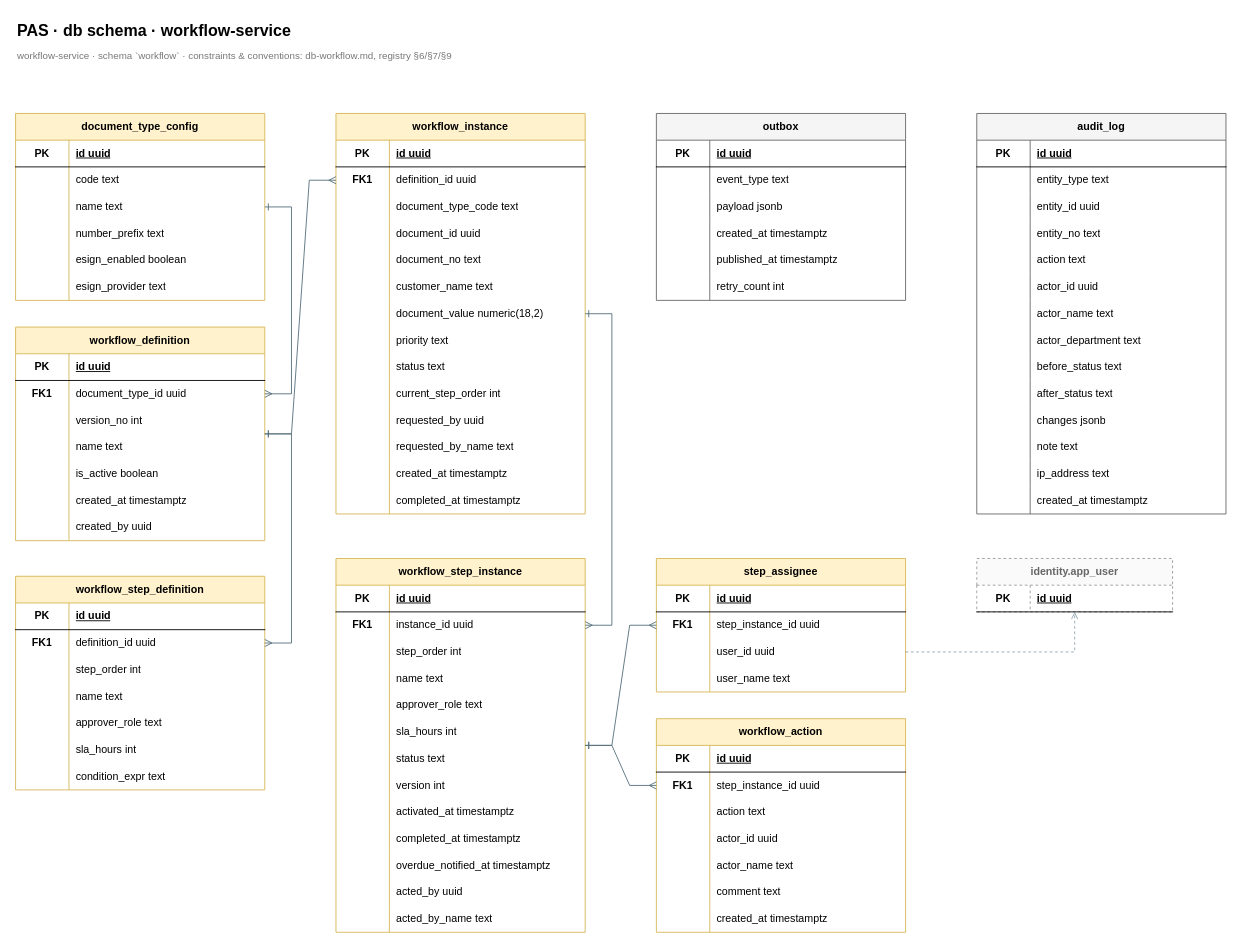
The draw.io diagram docs/design/db/db-workflow.drawio in luinor223/pas, before the edit. Source tidied: cells renumbered, new cells numbered last; positions are measured from the earlier drawing's top-left corner, leaving out a move shared by most shapes. Both pictures are drawn from the tidied source at 89%, with x=0, y=0 at pixel (15, 15).
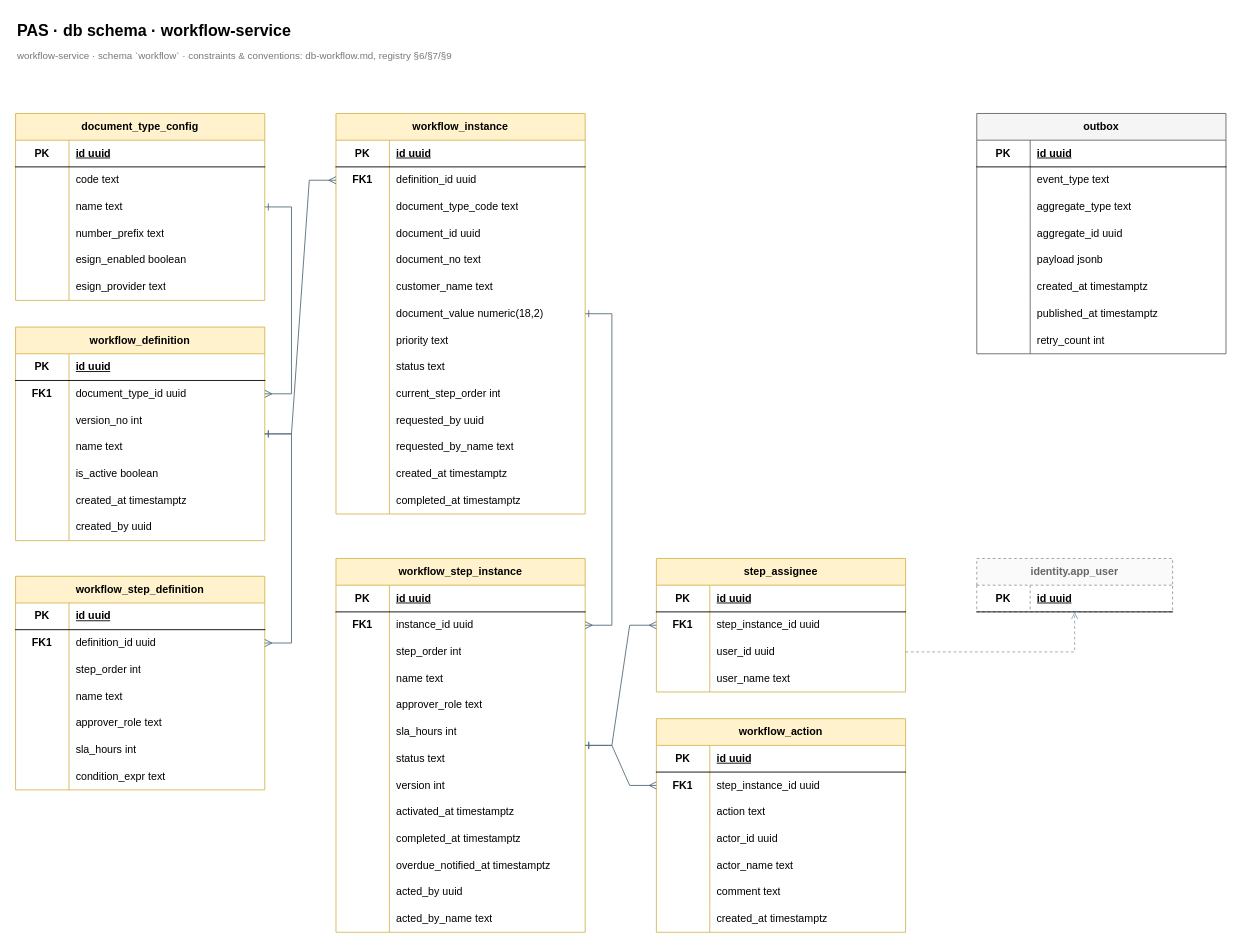
The same diagram, later.

The change refers to these unchanged cells:
```xml
<mxCell id="192" style="shape=tableRow;horizontal=0;startSize=0;swimlaneHead=0;swimlaneBody=0;fillColor=none;top=0;left=0;right=0;bottom=0;html=1;" parent="185" vertex="1">
  <mxGeometry y="90" width="280" height="30" as="geometry" />
</mxCell>
<mxCell id="195" style="shape=tableRow;horizontal=0;startSize=0;swimlaneHead=0;swimlaneBody=0;fillColor=none;top=0;left=0;right=0;bottom=0;html=1;" parent="185" vertex="1">
  <mxGeometry y="120" width="280" height="30" as="geometry" />
</mxCell>
<mxCell id="198" style="shape=tableRow;horizontal=0;startSize=0;swimlaneHead=0;swimlaneBody=0;fillColor=none;top=0;left=0;right=0;bottom=0;html=1;" parent="185" vertex="1">
  <mxGeometry y="150" width="280" height="30" as="geometry" />
</mxCell>
<mxCell id="201" style="shape=tableRow;horizontal=0;startSize=0;swimlaneHead=0;swimlaneBody=0;fillColor=none;top=0;left=0;right=0;bottom=0;html=1;" parent="185" vertex="1">
  <mxGeometry y="180" width="280" height="30" as="geometry" />
</mxCell>
```

The edit, as a diff of the source:
```diff
@@
     <mxCell id="185" value="outbox" style="shape=table;startSize=30;childLayout=tableLayout;rowLines=0;fontStyle=1;align=center;html=1;whiteSpace=wrap;fillColor=#f5f5f5;strokeColor=#666666;" parent="1" vertex="1">
-      <mxGeometry x="720" y="110" width="280" height="210" as="geometry" />
+      <mxGeometry x="1080" y="110" width="280" height="270" as="geometry" />
     </mxCell>
@@
-    <mxCell id="194" value="payload jsonb" style="shape=partialRectangle;fillColor=none;top=0;left=0;bottom=0;right=0;align=left;spacingLeft=6;overflow=hidden;whiteSpace=wrap;html=1;" parent="192" vertex="1">
+    <mxCell id="194" value="aggregate_type text" style="shape=partialRectangle;fillColor=none;top=0;left=0;bottom=0;right=0;align=left;spacingLeft=6;overflow=hidden;whiteSpace=wrap;html=1;" parent="192" vertex="1">
       <mxGeometry x="60" width="220" height="30" as="geometry" />
     </mxCell>
@@
-    <mxCell id="197" value="created_at timestamptz" style="shape=partialRectangle;fillColor=none;top=0;left=0;bottom=0;right=0;align=left;spacingLeft=6;overflow=hidden;whiteSpace=wrap;html=1;" parent="195" vertex="1">
+    <mxCell id="197" value="aggregate_id uuid" style="shape=partialRectangle;fillColor=none;top=0;left=0;bottom=0;right=0;align=left;spacingLeft=6;overflow=hidden;whiteSpace=wrap;html=1;" parent="195" vertex="1">
       <mxGeometry x="60" width="220" height="30" as="geometry" />
     </mxCell>
@@
-    <mxCell id="200" value="published_at timestamptz" style="shape=partialRectangle;fillColor=none;top=0;left=0;bottom=0;right=0;align=left;spacingLeft=6;overflow=hidden;whiteSpace=wrap;html=1;" parent="198" vertex="1">
+    <mxCell id="200" value="payload jsonb" style="shape=partialRectangle;fillColor=none;top=0;left=0;bottom=0;right=0;align=left;spacingLeft=6;overflow=hidden;whiteSpace=wrap;html=1;" parent="198" vertex="1">
       <mxGeometry x="60" width="220" height="30" as="geometry" />
     </mxCell>
@@
-    <mxCell id="203" value="retry_count int" style="shape=partialRectangle;fillColor=none;top=0;left=0;bottom=0;right=0;align=left;spacingLeft=6;overflow=hidden;whiteSpace=wrap;html=1;" parent="201" vertex="1">
+    <mxCell id="203" value="created_at timestamptz" style="shape=partialRectangle;fillColor=none;top=0;left=0;bottom=0;right=0;align=left;spacingLeft=6;overflow=hidden;whiteSpace=wrap;html=1;" parent="201" vertex="1">
       <mxGeometry x="60" width="220" height="30" as="geometry" />
     </mxCell>
-    <mxCell id="204" value="audit_log" style="shape=table;startSize=30;childLayout=tableLayout;rowLines=0;fontStyle=1;align=center;html=1;whiteSpace=wrap;fillColor=#f5f5f5;strokeColor=#666666;" parent="1" vertex="1">
-      <mxGeometry x="1080" y="110" width="280" height="450" as="geometry" />
-    </mxCell>
-    <mxCell id="205" style="shape=tableRow;horizontal=0;startSize=0;swimlaneHead=0;swimlaneBody=0;fillColor=none;top=0;left=0;right=0;bottom=1;html=1;" parent="204" vertex="1">
-      <mxGeometry y="30" width="280" height="30" as="geometry" />
-    </mxCell>
-    <mxCell id="206" value="PK" style="shape=partialRectangle;fillColor=none;top=0;left=0;bottom=0;right=0;fontStyle=1;overflow=hidden;whiteSpace=wrap;html=1;" parent="205" vertex="1">
-      <mxGeometry width="60" height="30" as="geometry" />
-    </mxCell>
-    <mxCell id="207" value="id uuid" style="shape=partialRectangle;fillColor=none;top=0;left=0;bottom=0;right=0;align=left;spacingLeft=6;overflow=hidden;whiteSpace=wrap;html=1;fontStyle=5;" parent="205" vertex="1">
-      <mxGeometry x="60" width="220" height="30" as="geometry" />
-    </mxCell>
-    <mxCell id="208" style="shape=tableRow;horizontal=0;startSize=0;swimlaneHead=0;swimlaneBody=0;fillColor=none;top=0;left=0;right=0;bottom=0;html=1;" parent="204" vertex="1">
-      <mxGeometry y="60" width="280" height="30" as="geometry" />
-    </mxCell>
-    <mxCell id="209" style="shape=partialRectangle;fillColor=none;top=0;left=0;bottom=0;right=0;fontStyle=1;overflow=hidden;whiteSpace=wrap;html=1;" parent="208" vertex="1">
-      <mxGeometry width="60" height="30" as="geometry" />
-    </mxCell>
-    <mxCell id="210" value="entity_type text" style="shape=partialRectangle;fillColor=none;top=0;left=0;bottom=0;right=0;align=left;spacingLeft=6;overflow=hidden;whiteSpace=wrap;html=1;" parent="208" vertex="1">
-      <mxGeometry x="60" width="220" height="30" as="geometry" />
-    </mxCell>
-    <mxCell id="211" style="shape=tableRow;horizontal=0;startSize=0;swimlaneHead=0;swimlaneBody=0;fillColor=none;top=0;left=0;right=0;bottom=0;html=1;" parent="204" vertex="1">
-      <mxGeometry y="90" width="280" height="30" as="geometry" />
-    </mxCell>
-    <mxCell id="212" style="shape=partialRectangle;fillColor=none;top=0;left=0;bottom=0;right=0;fontStyle=1;overflow=hidden;whiteSpace=wrap;html=1;" parent="211" vertex="1">
-      <mxGeometry width="60" height="30" as="geometry" />
-    </mxCell>
-    <mxCell id="213" value="entity_id uuid" style="shape=partialRectangle;fillColor=none;top=0;left=0;bottom=0;right=0;align=left;spacingLeft=6;overflow=hidden;whiteSpace=wrap;html=1;" parent="211" vertex="1">
-      <mxGeometry x="60" width="220" height="30" as="geometry" />
-    </mxCell>
-    <mxCell id="214" style="shape=tableRow;horizontal=0;startSize=0;swimlaneHead=0;swimlaneBody=0;fillColor=none;top=0;left=0;right=0;bottom=0;html=1;" parent="204" vertex="1">
-      <mxGeometry y="120" width="280" height="30" as="geometry" />
-    </mxCell>
-    <mxCell id="215" style="shape=partialRectangle;fillColor=none;top=0;left=0;bottom=0;right=0;fontStyle=1;overflow=hidden;whiteSpace=wrap;html=1;" parent="214" vertex="1">
-      <mxGeometry width="60" height="30" as="geometry" />
-    </mxCell>
-    <mxCell id="216" value="entity_no text" style="shape=partialRectangle;fillColor=none;top=0;left=0;bottom=0;right=0;align=left;spacingLeft=6;overflow=hidden;whiteSpace=wrap;html=1;" parent="214" vertex="1">
-      <mxGeometry x="60" width="220" height="30" as="geometry" />
-    </mxCell>
-    <mxCell id="217" style="shape=tableRow;horizontal=0;startSize=0;swimlaneHead=0;swimlaneBody=0;fillColor=none;top=0;left=0;right=0;bottom=0;html=1;" parent="204" vertex="1">
-      <mxGeometry y="150" width="280" height="30" as="geometry" />
-    </mxCell>
-    <mxCell id="218" style="shape=partialRectangle;fillColor=none;top=0;left=0;bottom=0;right=0;fontStyle=1;overflow=hidden;whiteSpace=wrap;html=1;" parent="217" vertex="1">
-      <mxGeometry width="60" height="30" as="geometry" />
-    </mxCell>
-    <mxCell id="219" value="action text" style="shape=partialRectangle;fillColor=none;top=0;left=0;bottom=0;right=0;align=left;spacingLeft=6;overflow=hidden;whiteSpace=wrap;html=1;" parent="217" vertex="1">
-      <mxGeometry x="60" width="220" height="30" as="geometry" />
-    </mxCell>
-    <mxCell id="220" style="shape=tableRow;horizontal=0;startSize=0;swimlaneHead=0;swimlaneBody=0;fillColor=none;top=0;left=0;right=0;bottom=0;html=1;" parent="204" vertex="1">
-      <mxGeometry y="180" width="280" height="30" as="geometry" />
-    </mxCell>
-    <mxCell id="221" style="shape=partialRectangle;fillColor=none;top=0;left=0;bottom=0;right=0;fontStyle=1;overflow=hidden;whiteSpace=wrap;html=1;" parent="220" vertex="1">
-      <mxGeometry width="60" height="30" as="geometry" />
-    </mxCell>
-    <mxCell id="222" value="actor_id uuid" style="shape=partialRectangle;fillColor=none;top=0;left=0;bottom=0;right=0;align=left;spacingLeft=6;overflow=hidden;whiteSpace=wrap;html=1;" parent="220" vertex="1">
-      <mxGeometry x="60" width="220" height="30" as="geometry" />
-    </mxCell>
-    <mxCell id="223" style="shape=tableRow;horizontal=0;startSize=0;swimlaneHead=0;swimlaneBody=0;fillColor=none;top=0;left=0;right=0;bottom=0;html=1;" parent="204" vertex="1">
+    <mxCell id="223" style="shape=tableRow;horizontal=0;startSize=0;swimlaneHead=0;swimlaneBody=0;fillColor=none;top=0;left=0;right=0;bottom=0;html=1;" parent="185" vertex="1">
       <mxGeometry y="210" width="280" height="30" as="geometry" />
     </mxCell>
-    <mxCell id="224" style="shape=partialRectangle;fillColor=none;top=0;left=0;bottom=0;right=0;fontStyle=1;overflow=hidden;whiteSpace=wrap;html=1;" parent="223" vertex="1">
-      <mxGeometry width="60" height="30" as="geometry" />
-    </mxCell>
-    <mxCell id="225" value="actor_name text" style="shape=partialRectangle;fillColor=none;top=0;left=0;bottom=0;right=0;align=left;spacingLeft=6;overflow=hidden;whiteSpace=wrap;html=1;" parent="223" vertex="1">
-      <mxGeometry x="60" width="220" height="30" as="geometry" />
-    </mxCell>
+    <mxCell id="258" style="shape=partialRectangle;fillColor=none;top=0;left=0;bottom=0;right=0;fontStyle=1;overflow=hidden;whiteSpace=wrap;html=1;" parent="223" vertex="1">
+      <mxGeometry width="60" height="30" as="geometry" />
+    </mxCell>
+    <mxCell id="259" value="published_at timestamptz" style="shape=partialRectangle;fillColor=none;top=0;left=0;bottom=0;right=0;align=left;spacingLeft=6;overflow=hidden;whiteSpace=wrap;html=1;" parent="223" vertex="1">
+      <mxGeometry x="60" width="220" height="30" as="geometry" />
+    </mxCell>
-    <mxCell id="226" style="shape=tableRow;horizontal=0;startSize=0;swimlaneHead=0;swimlaneBody=0;fillColor=none;top=0;left=0;right=0;bottom=0;html=1;" parent="204" vertex="1">
+    <mxCell id="226" style="shape=tableRow;horizontal=0;startSize=0;swimlaneHead=0;swimlaneBody=0;fillColor=none;top=0;left=0;right=0;bottom=0;html=1;" parent="185" vertex="1">
       <mxGeometry y="240" width="280" height="30" as="geometry" />
     </mxCell>
-    <mxCell id="227" style="shape=partialRectangle;fillColor=none;top=0;left=0;bottom=0;right=0;fontStyle=1;overflow=hidden;whiteSpace=wrap;html=1;" parent="226" vertex="1">
-      <mxGeometry width="60" height="30" as="geometry" />
-    </mxCell>
-    <mxCell id="228" value="actor_department text" style="shape=partialRectangle;fillColor=none;top=0;left=0;bottom=0;right=0;align=left;spacingLeft=6;overflow=hidden;whiteSpace=wrap;html=1;" parent="226" vertex="1">
-      <mxGeometry x="60" width="220" height="30" as="geometry" />
-    </mxCell>
-    <mxCell id="229" style="shape=tableRow;horizontal=0;startSize=0;swimlaneHead=0;swimlaneBody=0;fillColor=none;top=0;left=0;right=0;bottom=0;html=1;" parent="204" vertex="1">
-      <mxGeometry y="270" width="280" height="30" as="geometry" />
-    </mxCell>
-    <mxCell id="230" style="shape=partialRectangle;fillColor=none;top=0;left=0;bottom=0;right=0;fontStyle=1;overflow=hidden;whiteSpace=wrap;html=1;" parent="229" vertex="1">
-      <mxGeometry width="60" height="30" as="geometry" />
-    </mxCell>
-    <mxCell id="231" value="before_status text" style="shape=partialRectangle;fillColor=none;top=0;left=0;bottom=0;right=0;align=left;spacingLeft=6;overflow=hidden;whiteSpace=wrap;html=1;" parent="229" vertex="1">
-      <mxGeometry x="60" width="220" height="30" as="geometry" />
-    </mxCell>
-    <mxCell id="232" style="shape=tableRow;horizontal=0;startSize=0;swimlaneHead=0;swimlaneBody=0;fillColor=none;top=0;left=0;right=0;bottom=0;html=1;" parent="204" vertex="1">
-      <mxGeometry y="300" width="280" height="30" as="geometry" />
-    </mxCell>
-    <mxCell id="233" style="shape=partialRectangle;fillColor=none;top=0;left=0;bottom=0;right=0;fontStyle=1;overflow=hidden;whiteSpace=wrap;html=1;" parent="232" vertex="1">
-      <mxGeometry width="60" height="30" as="geometry" />
-    </mxCell>
-    <mxCell id="234" value="after_status text" style="shape=partialRectangle;fillColor=none;top=0;left=0;bottom=0;right=0;align=left;spacingLeft=6;overflow=hidden;whiteSpace=wrap;html=1;" parent="232" vertex="1">
-      <mxGeometry x="60" width="220" height="30" as="geometry" />
-    </mxCell>
-    <mxCell id="235" style="shape=tableRow;horizontal=0;startSize=0;swimlaneHead=0;swimlaneBody=0;fillColor=none;top=0;left=0;right=0;bottom=0;html=1;" parent="204" vertex="1">
-      <mxGeometry y="330" width="280" height="30" as="geometry" />
-    </mxCell>
-    <mxCell id="236" style="shape=partialRectangle;fillColor=none;top=0;left=0;bottom=0;right=0;fontStyle=1;overflow=hidden;whiteSpace=wrap;html=1;" parent="235" vertex="1">
-      <mxGeometry width="60" height="30" as="geometry" />
-    </mxCell>
-    <mxCell id="237" value="changes jsonb" style="shape=partialRectangle;fillColor=none;top=0;left=0;bottom=0;right=0;align=left;spacingLeft=6;overflow=hidden;whiteSpace=wrap;html=1;" parent="235" vertex="1">
-      <mxGeometry x="60" width="220" height="30" as="geometry" />
-    </mxCell>
-    <mxCell id="238" style="shape=tableRow;horizontal=0;startSize=0;swimlaneHead=0;swimlaneBody=0;fillColor=none;top=0;left=0;right=0;bottom=0;html=1;" parent="204" vertex="1">
-      <mxGeometry y="360" width="280" height="30" as="geometry" />
-    </mxCell>
-    <mxCell id="239" style="shape=partialRectangle;fillColor=none;top=0;left=0;bottom=0;right=0;fontStyle=1;overflow=hidden;whiteSpace=wrap;html=1;" parent="238" vertex="1">
-      <mxGeometry width="60" height="30" as="geometry" />
-    </mxCell>
-    <mxCell id="240" value="note text" style="shape=partialRectangle;fillColor=none;top=0;left=0;bottom=0;right=0;align=left;spacingLeft=6;overflow=hidden;whiteSpace=wrap;html=1;" parent="238" vertex="1">
-      <mxGeometry x="60" width="220" height="30" as="geometry" />
-    </mxCell>
-    <mxCell id="241" style="shape=tableRow;horizontal=0;startSize=0;swimlaneHead=0;swimlaneBody=0;fillColor=none;top=0;left=0;right=0;bottom=0;html=1;" parent="204" vertex="1">
-      <mxGeometry y="390" width="280" height="30" as="geometry" />
-    </mxCell>
-    <mxCell id="242" style="shape=partialRectangle;fillColor=none;top=0;left=0;bottom=0;right=0;fontStyle=1;overflow=hidden;whiteSpace=wrap;html=1;" parent="241" vertex="1">
-      <mxGeometry width="60" height="30" as="geometry" />
-    </mxCell>
-    <mxCell id="243" value="ip_address text" style="shape=partialRectangle;fillColor=none;top=0;left=0;bottom=0;right=0;align=left;spacingLeft=6;overflow=hidden;whiteSpace=wrap;html=1;" parent="241" vertex="1">
-      <mxGeometry x="60" width="220" height="30" as="geometry" />
-    </mxCell>
-    <mxCell id="244" style="shape=tableRow;horizontal=0;startSize=0;swimlaneHead=0;swimlaneBody=0;fillColor=none;top=0;left=0;right=0;bottom=0;html=1;" parent="204" vertex="1">
-      <mxGeometry y="420" width="280" height="30" as="geometry" />
-    </mxCell>
-    <mxCell id="245" style="shape=partialRectangle;fillColor=none;top=0;left=0;bottom=0;right=0;fontStyle=1;overflow=hidden;whiteSpace=wrap;html=1;" parent="244" vertex="1">
-      <mxGeometry width="60" height="30" as="geometry" />
-    </mxCell>
-    <mxCell id="246" value="created_at timestamptz" style="shape=partialRectangle;fillColor=none;top=0;left=0;bottom=0;right=0;align=left;spacingLeft=6;overflow=hidden;whiteSpace=wrap;html=1;" parent="244" vertex="1">
-      <mxGeometry x="60" width="220" height="30" as="geometry" />
-    </mxCell>
+    <mxCell id="260" style="shape=partialRectangle;fillColor=none;top=0;left=0;bottom=0;right=0;fontStyle=1;overflow=hidden;whiteSpace=wrap;html=1;" parent="226" vertex="1">
+      <mxGeometry width="60" height="30" as="geometry" />
+    </mxCell>
+    <mxCell id="261" value="retry_count int" style="shape=partialRectangle;fillColor=none;top=0;left=0;bottom=0;right=0;align=left;spacingLeft=6;overflow=hidden;whiteSpace=wrap;html=1;" parent="226" vertex="1">
+      <mxGeometry x="60" width="220" height="30" as="geometry" />
+    </mxCell>
```
